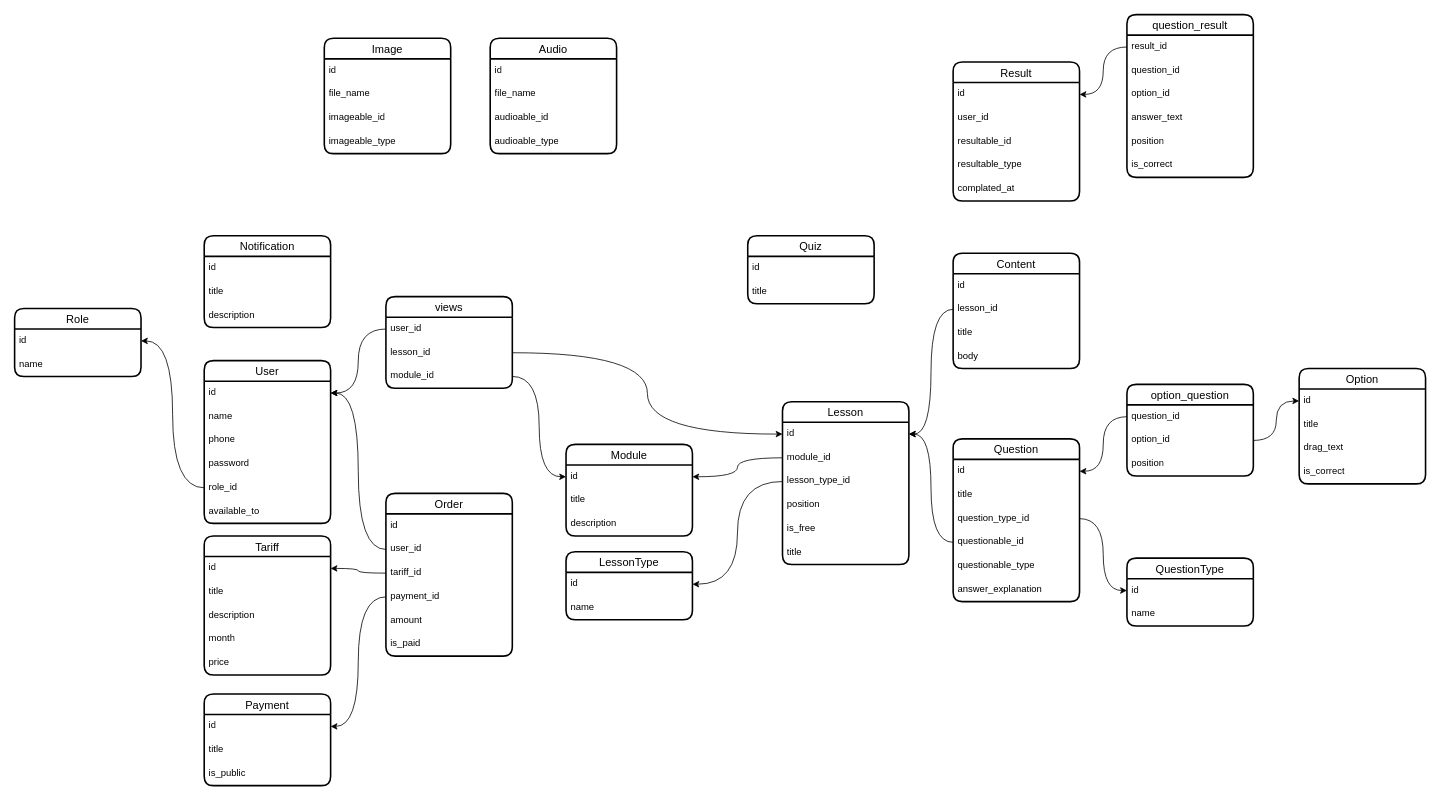
The draw.io diagram karsoft-UMU.drawio in iztileuoff/databases, before the edit. Source tidied: cells renumbered, new cells numbered last; positions are measured from the earlier drawing's top-left corner, leaving out a move shared by most shapes. Both pictures are drawn from the tidied source at 79%, with x=0, y=0 at pixel (14, 14).
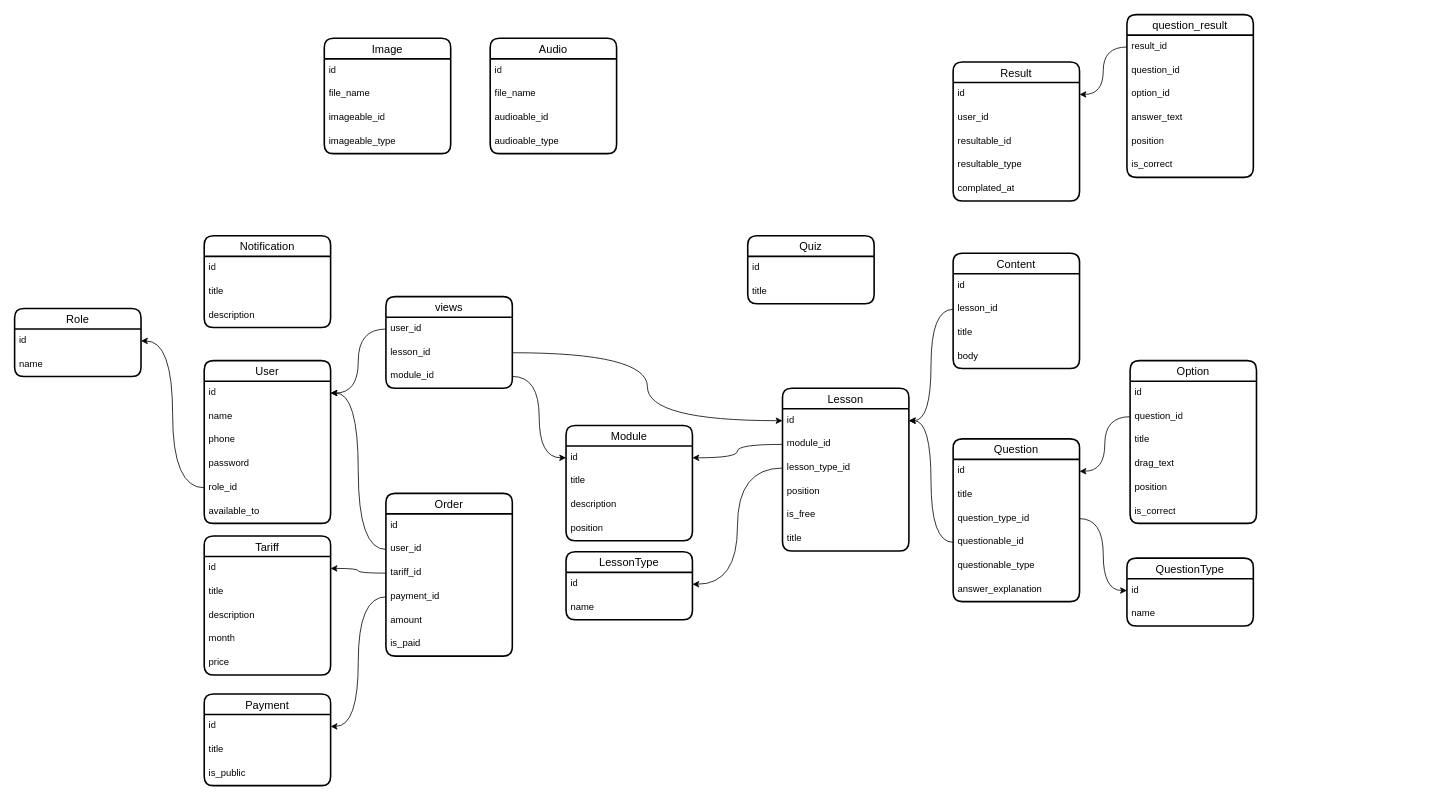
Above is the later version.

Unchanged cells that the change refers to:
```xml
<mxCell id="10" value="id" style="text;strokeColor=none;fillColor=none;spacingLeft=4;spacingRight=4;overflow=hidden;points=[[0,0.5],[1,0.5]];portConstraint=eastwest;fontSize=12;whiteSpace=wrap;html=1;" parent="9" vertex="1">
  <mxGeometry y="26" width="160" height="30" as="geometry" />
</mxCell>
<mxCell id="17" value="id" style="text;strokeColor=none;fillColor=none;spacingLeft=4;spacingRight=4;overflow=hidden;points=[[0,0.5],[1,0.5]];portConstraint=eastwest;fontSize=12;whiteSpace=wrap;html=1;" parent="16" vertex="1">
  <mxGeometry y="26" width="160" height="30" as="geometry" />
</mxCell>
```

What changed in the source:
```diff
@@
     <mxCell id="16" value="Option" style="swimlane;fontStyle=0;horizontal=1;startSize=26;align=center;fontSize=14;strokeWidth=2;rounded=1;shadow=0;glass=0;swimlaneLine=1;" parent="1" vertex="1">
-      <mxGeometry x="1626" y="448" width="160" height="146" as="geometry" />
+      <mxGeometry x="1412" y="438" width="160" height="206" as="geometry" />
     </mxCell>
@@
+    <mxCell id="22" value="question_id" style="text;strokeColor=none;fillColor=none;spacingLeft=4;spacingRight=4;overflow=hidden;points=[[0,0.5],[1,0.5]];portConstraint=eastwest;fontSize=12;whiteSpace=wrap;html=1;" parent="16" vertex="1">
+      <mxGeometry y="56" width="160" height="30" as="geometry" />
+    </mxCell>
     <mxCell id="18" value="title" style="text;strokeColor=none;fillColor=none;spacingLeft=4;spacingRight=4;overflow=hidden;fontSize=12;whiteSpace=wrap;html=1;" parent="16" vertex="1">
-      <mxGeometry y="56" width="160" height="30" as="geometry" />
+      <mxGeometry y="86" width="160" height="30" as="geometry" />
     </mxCell>
     <mxCell id="19" value="drag_text" style="text;strokeColor=none;fillColor=none;spacingLeft=4;spacingRight=4;overflow=hidden;fontSize=12;whiteSpace=wrap;html=1;" parent="16" vertex="1">
-      <mxGeometry y="86" width="160" height="30" as="geometry" />
+      <mxGeometry y="116" width="160" height="30" as="geometry" />
     </mxCell>
+    <mxCell id="116" value="position" style="text;strokeColor=none;fillColor=none;spacingLeft=4;spacingRight=4;overflow=hidden;fontSize=12;whiteSpace=wrap;html=1;" parent="16" vertex="1">
+      <mxGeometry y="146" width="160" height="30" as="geometry" />
+    </mxCell>
     <mxCell id="20" value="is_correct" style="text;strokeColor=none;fillColor=none;spacingLeft=4;spacingRight=4;overflow=hidden;fontSize=12;whiteSpace=wrap;html=1;" parent="16" vertex="1">
-      <mxGeometry y="116" width="160" height="30" as="geometry" />
+      <mxGeometry y="176" width="160" height="30" as="geometry" />
     </mxCell>
-    <mxCell id="21" value="option_question" style="swimlane;fontStyle=0;horizontal=1;startSize=26;align=center;fontSize=14;strokeWidth=2;rounded=1;shadow=0;glass=0;swimlaneLine=1;" parent="1" vertex="1">
-      <mxGeometry x="1408" y="468" width="160" height="116" as="geometry" />
-    </mxCell>
-    <mxCell id="22" value="question_id" style="text;strokeColor=none;fillColor=none;spacingLeft=4;spacingRight=4;overflow=hidden;points=[[0,0.5],[1,0.5]];portConstraint=eastwest;fontSize=12;whiteSpace=wrap;html=1;" parent="21" vertex="1">
-      <mxGeometry y="26" width="160" height="30" as="geometry" />
-    </mxCell>
-    <mxCell id="23" value="option_id" style="text;strokeColor=none;fillColor=none;spacingLeft=4;spacingRight=4;overflow=hidden;points=[[0,0.5],[1,0.5]];portConstraint=eastwest;fontSize=12;whiteSpace=wrap;html=1;" parent="21" vertex="1">
-      <mxGeometry y="56" width="160" height="30" as="geometry" />
-    </mxCell>
-    <mxCell id="24" value="position" style="text;strokeColor=none;fillColor=none;spacingLeft=4;spacingRight=4;overflow=hidden;fontSize=12;whiteSpace=wrap;html=1;" parent="21" vertex="1">
-      <mxGeometry y="86" width="160" height="30" as="geometry" />
-    </mxCell>
-    <mxCell id="25" style="edgeStyle=orthogonalEdgeStyle;rounded=0;jettySize=auto;html=1;entryX=1;entryY=0.5;entryDx=0;entryDy=0;curved=1;" parent="1" edge="1" source="22" target="10">
-      <mxGeometry relative="1" as="geometry" />
-    </mxCell>
-    <mxCell id="26" style="edgeStyle=orthogonalEdgeStyle;rounded=0;jettySize=auto;html=1;entryX=0;entryY=0.5;entryDx=0;entryDy=0;curved=1;" parent="1" edge="1" source="23" target="17">
-      <mxGeometry relative="1" as="geometry" />
-    </mxCell>
@@
     <mxCell id="30" value="Module" style="swimlane;fontStyle=0;horizontal=1;startSize=26;align=center;fontSize=14;strokeWidth=2;rounded=1;shadow=0;glass=0;swimlaneLine=1;" parent="1" vertex="1">
-      <mxGeometry x="698" y="544" width="160" height="116" as="geometry" />
+      <mxGeometry x="698" y="520" width="160" height="146" as="geometry" />
     </mxCell>
@@
+    <mxCell id="117" value="position" style="text;strokeColor=none;fillColor=none;spacingLeft=4;spacingRight=4;overflow=hidden;fontSize=12;whiteSpace=wrap;html=1;" parent="30" vertex="1">
+      <mxGeometry y="116" width="160" height="30" as="geometry" />
+    </mxCell>
     <mxCell id="34" value="Lesson" style="swimlane;fontStyle=0;horizontal=1;startSize=26;align=center;fontSize=14;strokeWidth=2;rounded=1;shadow=0;glass=0;swimlaneLine=1;" parent="1" vertex="1">
-      <mxGeometry x="972" y="490" width="160" height="206" as="geometry" />
+      <mxGeometry x="972" y="473" width="160" height="206" as="geometry" />
     </mxCell>
@@
+    <mxCell id="25" style="edgeStyle=orthogonalEdgeStyle;rounded=0;jettySize=auto;html=1;entryX=1;entryY=0.5;entryDx=0;entryDy=0;curved=1;" parent="1" edge="1" source="22" target="10">
+      <mxGeometry relative="1" as="geometry" />
+    </mxCell>
```
